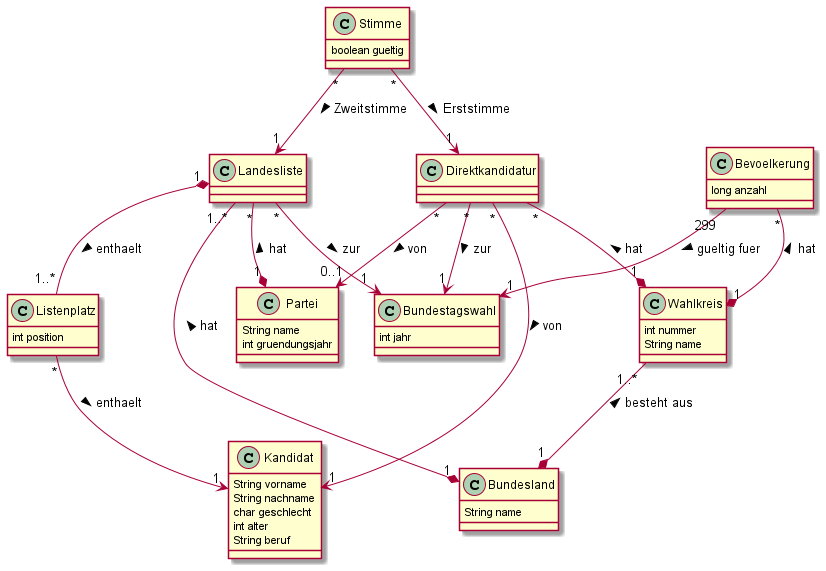
The PlantUML diagram Blatt1/Entwurf.png in Toemmsche/database-systems-project-mirror, before a commit.
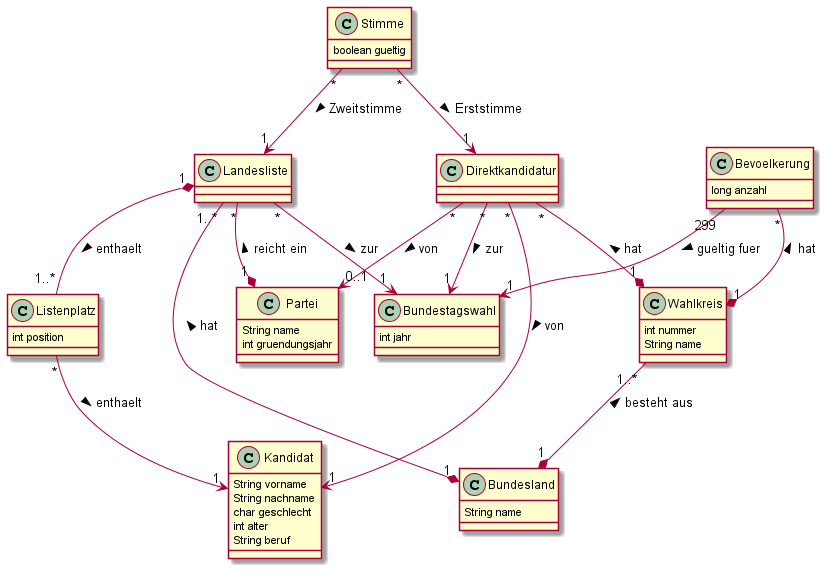
The same file after the commit.

Commit message:
fix composition label

Change to the diagram source:
```diff
@@ -45,7 +45,7 @@
 }
 
 Landesliste "1..*" --* "1" Bundesland : < hat
-Landesliste "*" --* "1" Partei : < hat
+Landesliste "*" --* "1" Partei : < reicht ein
 Landesliste "*" --> "1" Bundestagswahl: zur >
 
 Landesliste "1" *-- "1..*" Listenplatz : enthaelt >
```
